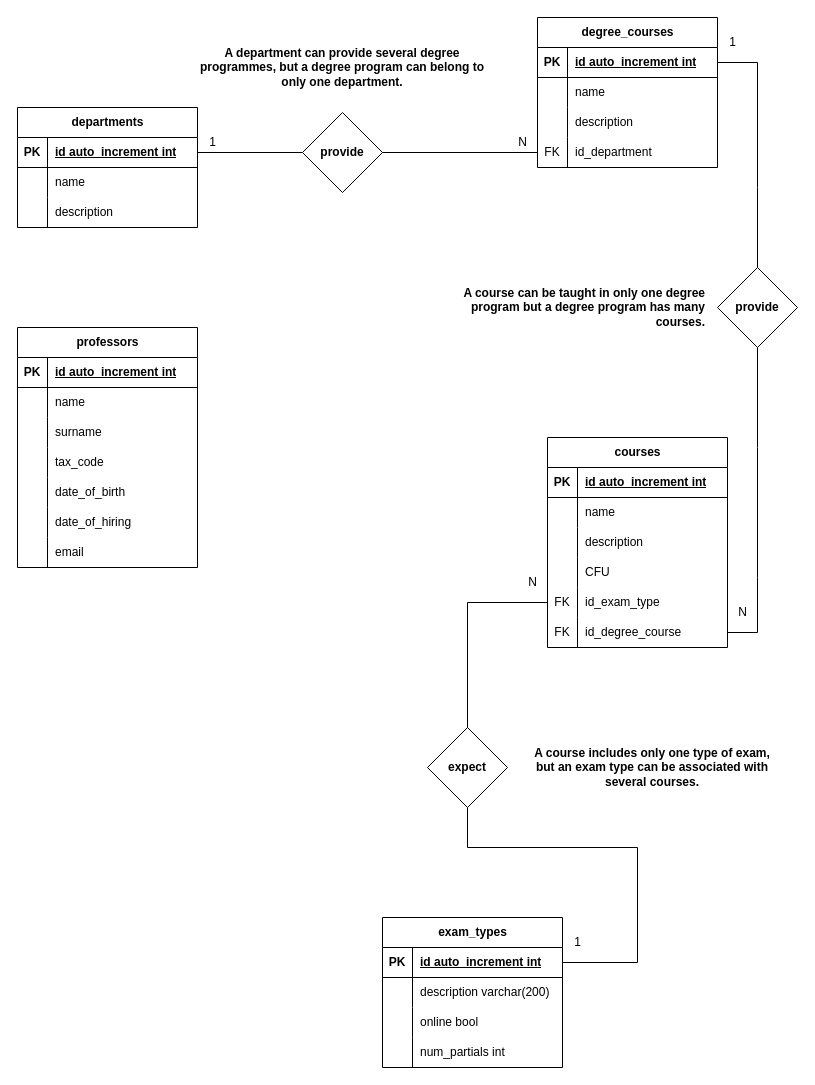
Earlier version of the draw.io diagram db_university.drawio (totarochristian/db-university). Source tidied: cells renumbered, new cells numbered last; positions are measured from the earlier drawing's top-left corner, leaving out a move shared by most shapes. Both pictures are drawn from the tidied source at 100%, with x=0, y=0 at pixel (17, 17).
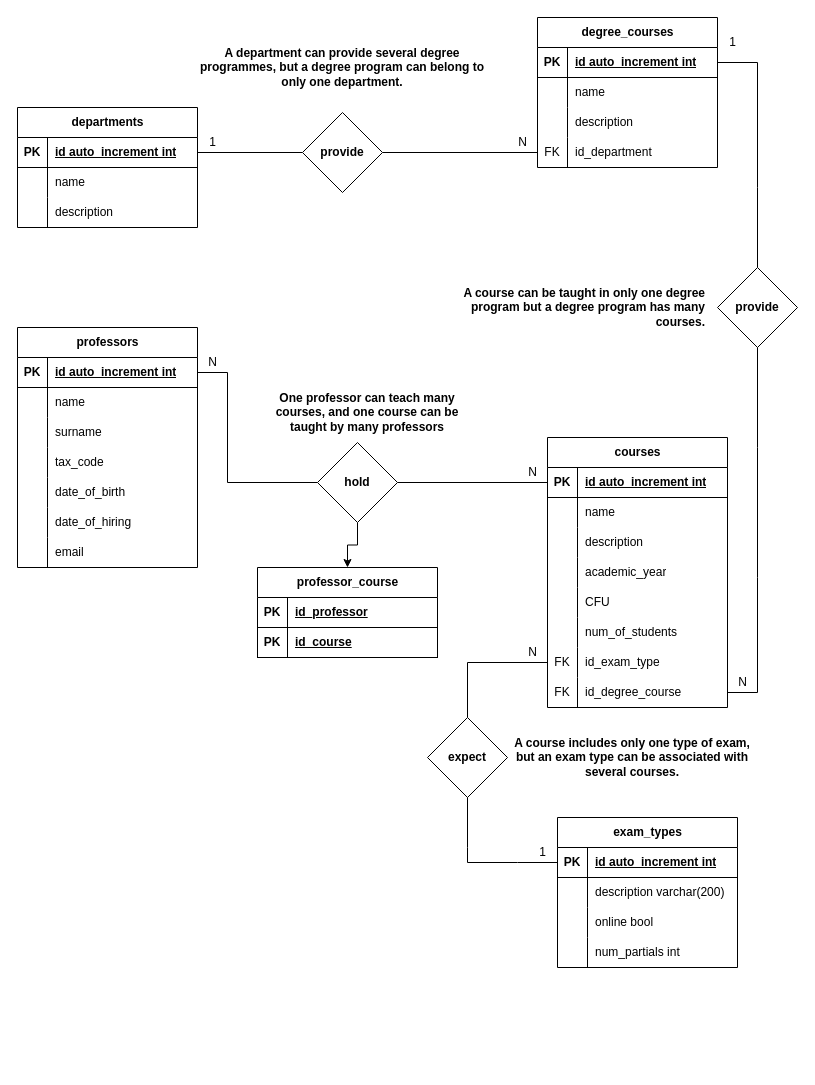
After the change.

Commit message:
Add relation between professors and courses + add attributes to courses table

Unchanged cells that the change refers to:
```xml
<mxCell id="31" style="shape=tableRow;horizontal=0;startSize=0;swimlaneHead=0;swimlaneBody=0;fillColor=none;points=[[0,0.5],[1,0.5]];portConstraint=eastwest;top=0;left=0;right=0;bottom=1;" parent="30" vertex="1">
  <mxGeometry y="30" width="180" height="30" as="geometry" />
</mxCell>
<mxCell id="50" style="shape=tableRow;horizontal=0;startSize=0;swimlaneHead=0;swimlaneBody=0;fillColor=none;points=[[0,0.5],[1,0.5]];portConstraint=eastwest;top=0;left=0;right=0;bottom=1;" parent="49" vertex="1">
  <mxGeometry y="30" width="180" height="30" as="geometry" />
</mxCell>
<mxCell id="67" value="provide" style="rhombus;whiteSpace=wrap;html=1;startSize=30;fontStyle=1;" parent="1" vertex="1">
  <mxGeometry x="700" y="250" width="80" height="80" as="geometry" />
</mxCell>
<mxCell id="76" style="shape=tableRow;horizontal=0;startSize=0;swimlaneHead=0;swimlaneBody=0;fillColor=none;points=[[0,0.5],[1,0.5]];portConstraint=eastwest;top=0;left=0;right=0;bottom=1;" parent="75" vertex="1">
  <mxGeometry y="30" width="180" height="30" as="geometry" />
</mxCell>
```

The edit, as a diff of the source:
```diff
@@
     <mxCell id="30" value="courses" style="shape=table;startSize=30;childLayout=tableLayout;rowLines=0;fontStyle=1;align=center;html=1;" parent="1" vertex="1">
-      <mxGeometry x="530" y="420" width="180" height="210" as="geometry" />
+      <mxGeometry x="530" y="420" width="180" height="270" as="geometry" />
     </mxCell>
@@
+    <mxCell id="97" style="shape=tableRow;horizontal=0;startSize=0;swimlaneHead=0;swimlaneBody=0;fillColor=none;top=0;left=0;right=0;bottom=0;" parent="30" vertex="1">
+      <mxGeometry y="90" width="180" height="30" as="geometry" />
+    </mxCell>
+    <mxCell id="98" style="shape=partialRectangle;fillColor=none;top=0;left=0;bottom=0;right=0;overflow=hidden;whiteSpace=wrap;html=1;" parent="97" vertex="1">
+      <mxGeometry width="30" height="30" as="geometry" />
+    </mxCell>
+    <mxCell id="99" value="description" style="shape=partialRectangle;fillColor=none;top=0;left=0;bottom=0;right=0;align=left;spacingLeft=6;overflow=hidden;whiteSpace=wrap;html=1;" parent="97" vertex="1">
+      <mxGeometry x="30" width="150" height="30" as="geometry" />
+    </mxCell>
     <mxCell id="37" style="shape=tableRow;horizontal=0;startSize=0;swimlaneHead=0;swimlaneBody=0;fillColor=none;top=0;left=0;right=0;bottom=0;" parent="30" vertex="1">
-      <mxGeometry y="90" width="180" height="30" as="geometry" />
+      <mxGeometry y="120" width="180" height="30" as="geometry" />
     </mxCell>
@@
-    <mxCell id="39" value="description" style="shape=partialRectangle;fillColor=none;top=0;left=0;bottom=0;right=0;align=left;spacingLeft=6;overflow=hidden;whiteSpace=wrap;html=1;" parent="37" vertex="1">
+    <mxCell id="39" value="academic_year" style="shape=partialRectangle;fillColor=none;top=0;left=0;bottom=0;right=0;align=left;spacingLeft=6;overflow=hidden;whiteSpace=wrap;html=1;" parent="37" vertex="1">
       <mxGeometry x="30" width="150" height="30" as="geometry" />
     </mxCell>
     <mxCell id="40" style="shape=tableRow;horizontal=0;startSize=0;swimlaneHead=0;swimlaneBody=0;fillColor=none;top=0;left=0;right=0;bottom=0;" parent="30" vertex="1">
-      <mxGeometry y="120" width="180" height="30" as="geometry" />
+      <mxGeometry y="150" width="180" height="30" as="geometry" />
     </mxCell>
@@
+    <mxCell id="100" style="shape=tableRow;horizontal=0;startSize=0;swimlaneHead=0;swimlaneBody=0;fillColor=none;top=0;left=0;right=0;bottom=0;" parent="30" vertex="1">
+      <mxGeometry y="180" width="180" height="30" as="geometry" />
+    </mxCell>
+    <mxCell id="101" style="shape=partialRectangle;fillColor=none;top=0;left=0;bottom=0;right=0;overflow=hidden;whiteSpace=wrap;html=1;" parent="100" vertex="1">
+      <mxGeometry width="30" height="30" as="geometry" />
+    </mxCell>
+    <mxCell id="102" value="num_of_students" style="shape=partialRectangle;fillColor=none;top=0;left=0;bottom=0;right=0;align=left;spacingLeft=6;overflow=hidden;whiteSpace=wrap;html=1;" parent="100" vertex="1">
+      <mxGeometry x="30" width="150" height="30" as="geometry" />
+    </mxCell>
     <mxCell id="43" style="shape=tableRow;horizontal=0;startSize=0;swimlaneHead=0;swimlaneBody=0;fillColor=none;points=[[0,0.5],[1,0.5]];portConstraint=eastwest;top=0;left=0;right=0;bottom=0;" parent="30" vertex="1">
-      <mxGeometry y="150" width="180" height="30" as="geometry" />
+      <mxGeometry y="210" width="180" height="30" as="geometry" />
     </mxCell>
@@
     <mxCell id="46" style="shape=tableRow;horizontal=0;startSize=0;swimlaneHead=0;swimlaneBody=0;fillColor=none;points=[[0,0.5],[1,0.5]];portConstraint=eastwest;top=0;left=0;right=0;bottom=0;" parent="30" vertex="1">
-      <mxGeometry y="180" width="180" height="30" as="geometry" />
+      <mxGeometry y="240" width="180" height="30" as="geometry" />
     </mxCell>
@@
     <mxCell id="49" value="exam_types" style="shape=table;startSize=30;childLayout=tableLayout;rowLines=0;fontStyle=1;align=center;html=1;" parent="1" vertex="1">
-      <mxGeometry x="365" y="900" width="180" height="150" as="geometry" />
+      <mxGeometry x="540" y="800" width="180" height="150" as="geometry" />
     </mxCell>
@@
     <mxCell id="62" value="expect" style="rhombus;whiteSpace=wrap;html=1;startSize=30;fontStyle=1;" parent="1" vertex="1">
-      <mxGeometry x="410" y="710" width="80" height="80" as="geometry" />
+      <mxGeometry x="410" y="700" width="80" height="80" as="geometry" />
     </mxCell>
-    <mxCell id="63" style="rounded=0;jettySize=auto;html=1;entryX=1;entryY=0.5;entryDx=0;entryDy=0;endArrow=none;endFill=0;exitX=0.5;exitY=1;exitDx=0;exitDy=0;" parent="1" edge="1" source="62" target="50">
+    <mxCell id="63" style="rounded=0;jettySize=auto;html=1;entryX=0;entryY=0.5;entryDx=0;entryDy=0;endArrow=none;endFill=0;exitX=0.5;exitY=1;exitDx=0;exitDy=0;" parent="1" edge="1" source="62" target="50">
       <mxGeometry relative="1" as="geometry">
         <Array as="points">
           <mxPoint x="450" y="830" />
-          <mxPoint x="620" y="830" />
-          <mxPoint x="620" y="945" />
+          <mxPoint x="450" y="845" />
+          <mxPoint x="500" y="845" />
         </Array>
       </mxGeometry>
     </mxCell>
     <mxCell id="64" style="rounded=0;jettySize=auto;html=1;endArrow=none;endFill=0;exitX=0.5;exitY=0;exitDx=0;exitDy=0;entryX=0;entryY=0.5;entryDx=0;entryDy=0;" parent="1" edge="1" source="62" target="43">
       <mxGeometry relative="1" as="geometry">
         <Array as="points">
-          <mxPoint x="450" y="585" />
+          <mxPoint x="450" y="645" />
         </Array>
       </mxGeometry>
     </mxCell>
     <mxCell id="65" value="N" style="text;html=1;align=center;verticalAlign=middle;strokeColor=none;fillColor=none;" parent="1" vertex="1">
-      <mxGeometry x="500" y="550" width="30" height="30" as="geometry" />
+      <mxGeometry x="500" y="620" width="30" height="30" as="geometry" />
     </mxCell>
     <mxCell id="66" value="1" style="text;html=1;align=center;verticalAlign=middle;strokeColor=none;fillColor=none;" parent="1" vertex="1">
-      <mxGeometry x="545" y="910" width="30" height="30" as="geometry" />
+      <mxGeometry x="510" y="820" width="30" height="30" as="geometry" />
     </mxCell>
@@
     <mxCell id="69" style="rounded=0;jettySize=auto;html=1;endArrow=none;endFill=0;exitX=0.5;exitY=1;exitDx=0;exitDy=0;entryX=1;entryY=0.5;entryDx=0;entryDy=0;" parent="1" edge="1" source="67" target="46">
       <mxGeometry relative="1" as="geometry">
         <Array as="points">
           <mxPoint x="740" y="430" />
           <mxPoint x="740" y="560" />
-          <mxPoint x="740" y="615" />
+          <mxPoint x="740" y="675" />
         </Array>
       </mxGeometry>
     </mxCell>
@@
     <mxCell id="71" value="N" style="text;html=1;align=center;verticalAlign=middle;strokeColor=none;fillColor=none;" parent="1" vertex="1">
-      <mxGeometry x="710" y="580" width="30" height="30" as="geometry" />
+      <mxGeometry x="710" y="650" width="30" height="30" as="geometry" />
     </mxCell>
@@
     <mxCell id="73" value="A course includes only one type of exam, but an exam type can be associated with several courses." style="text;html=1;strokeColor=none;fillColor=none;align=center;verticalAlign=middle;whiteSpace=wrap;rounded=0;fontStyle=1;" parent="1" vertex="1">
-      <mxGeometry x="510" y="710" width="250" height="80" as="geometry" />
+      <mxGeometry x="490" y="700" width="250" height="80" as="geometry" />
     </mxCell>
@@
+    <mxCell id="103" style="rounded=0;jettySize=auto;html=1;endArrow=none;endFill=0;exitX=1;exitY=0.5;exitDx=0;exitDy=0;" parent="1" edge="1" source="76" target="106">
+      <mxGeometry relative="1" as="geometry">
+        <Array as="points">
+          <mxPoint x="210" y="355" />
+          <mxPoint x="210" y="465" />
+        </Array>
+      </mxGeometry>
+    </mxCell>
+    <mxCell id="104" style="rounded=0;jettySize=auto;html=1;entryX=0;entryY=0.5;entryDx=0;entryDy=0;endArrow=none;endFill=0;exitX=1;exitY=0.5;exitDx=0;exitDy=0;" parent="1" edge="1" source="106" target="31">
+      <mxGeometry relative="1" as="geometry" />
+    </mxCell>
+    <mxCell id="105" style="edgeStyle=orthogonalEdgeStyle;rounded=0;jettySize=auto;html=1;exitX=0.5;exitY=1;exitDx=0;exitDy=0;entryX=0.5;entryY=0;entryDx=0;entryDy=0;" parent="1" edge="1" source="106" target="110">
+      <mxGeometry relative="1" as="geometry" />
+    </mxCell>
+    <mxCell id="106" value="hold" style="rhombus;whiteSpace=wrap;html=1;startSize=30;fontStyle=1;" parent="1" vertex="1">
+      <mxGeometry x="300" y="425" width="80" height="80" as="geometry" />
+    </mxCell>
+    <mxCell id="107" value="N" style="text;html=1;align=center;verticalAlign=middle;strokeColor=none;fillColor=none;" parent="1" vertex="1">
+      <mxGeometry x="500" y="440" width="30" height="30" as="geometry" />
+    </mxCell>
+    <mxCell id="108" value="N" style="text;html=1;align=center;verticalAlign=middle;strokeColor=none;fillColor=none;" parent="1" vertex="1">
+      <mxGeometry x="180" y="330" width="30" height="30" as="geometry" />
+    </mxCell>
+    <mxCell id="109" value="One professor can teach many courses, and one course can be taught by many professors" style="text;html=1;strokeColor=none;fillColor=none;align=center;verticalAlign=middle;whiteSpace=wrap;rounded=0;fontStyle=1;" parent="1" vertex="1">
+      <mxGeometry x="250" y="370" width="200" height="50" as="geometry" />
+    </mxCell>
+    <mxCell id="110" value="professor_course" style="shape=table;startSize=30;childLayout=tableLayout;rowLines=0;fontStyle=1;align=center;html=1;" parent="1" vertex="1">
+      <mxGeometry x="240" y="550" width="180" height="90" as="geometry" />
+    </mxCell>
+    <mxCell id="111" style="shape=tableRow;horizontal=0;startSize=0;swimlaneHead=0;swimlaneBody=0;fillColor=none;top=0;left=0;right=0;bottom=1;" parent="110" vertex="1">
+      <mxGeometry y="30" width="180" height="30" as="geometry" />
+    </mxCell>
+    <mxCell id="112" value="PK" style="shape=partialRectangle;fillColor=none;top=0;left=0;bottom=0;right=0;fontStyle=1;overflow=hidden;whiteSpace=wrap;html=1;" parent="111" vertex="1">
+      <mxGeometry width="30" height="30" as="geometry" />
+    </mxCell>
+    <mxCell id="113" value="id_professor" style="shape=partialRectangle;fillColor=none;top=0;left=0;bottom=0;right=0;align=left;spacingLeft=6;fontStyle=5;overflow=hidden;whiteSpace=wrap;html=1;" parent="111" vertex="1">
+      <mxGeometry x="30" width="150" height="30" as="geometry" />
+    </mxCell>
+    <mxCell id="114" style="shape=tableRow;horizontal=0;startSize=0;swimlaneHead=0;swimlaneBody=0;fillColor=none;top=0;left=0;right=0;bottom=1;" parent="110" vertex="1">
+      <mxGeometry y="60" width="180" height="30" as="geometry" />
+    </mxCell>
+    <mxCell id="115" value="PK" style="shape=partialRectangle;fillColor=none;top=0;left=0;bottom=0;right=0;fontStyle=1;overflow=hidden;whiteSpace=wrap;html=1;" parent="114" vertex="1">
+      <mxGeometry width="30" height="30" as="geometry" />
+    </mxCell>
+    <mxCell id="116" value="id_course" style="shape=partialRectangle;fillColor=none;top=0;left=0;bottom=0;right=0;align=left;spacingLeft=6;fontStyle=5;overflow=hidden;whiteSpace=wrap;html=1;" parent="114" vertex="1">
+      <mxGeometry x="30" width="150" height="30" as="geometry" />
+    </mxCell>
```
